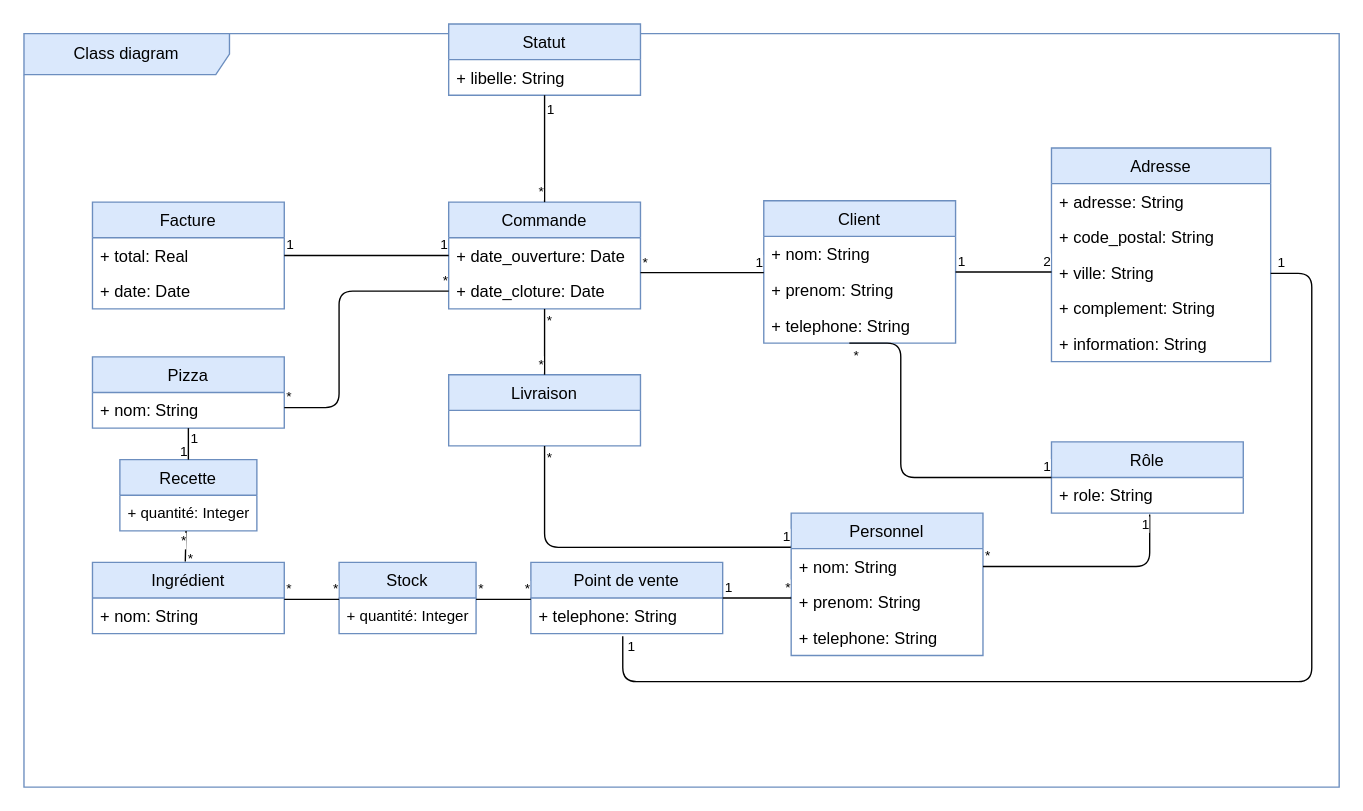
onlynks/Projet_5 keeps this draw.io diagram as Etude fonctionnelle/Class-diagram/Class_diagram.drawio. Above is the earlier version. Source tidied: cells renumbered, new cells numbered last; positions are measured from the earlier drawing's top-left corner, leaving out a move shared by most shapes. Both pictures are drawn from the tidied source at 137%, with x=0, y=0 at pixel (23, 23).
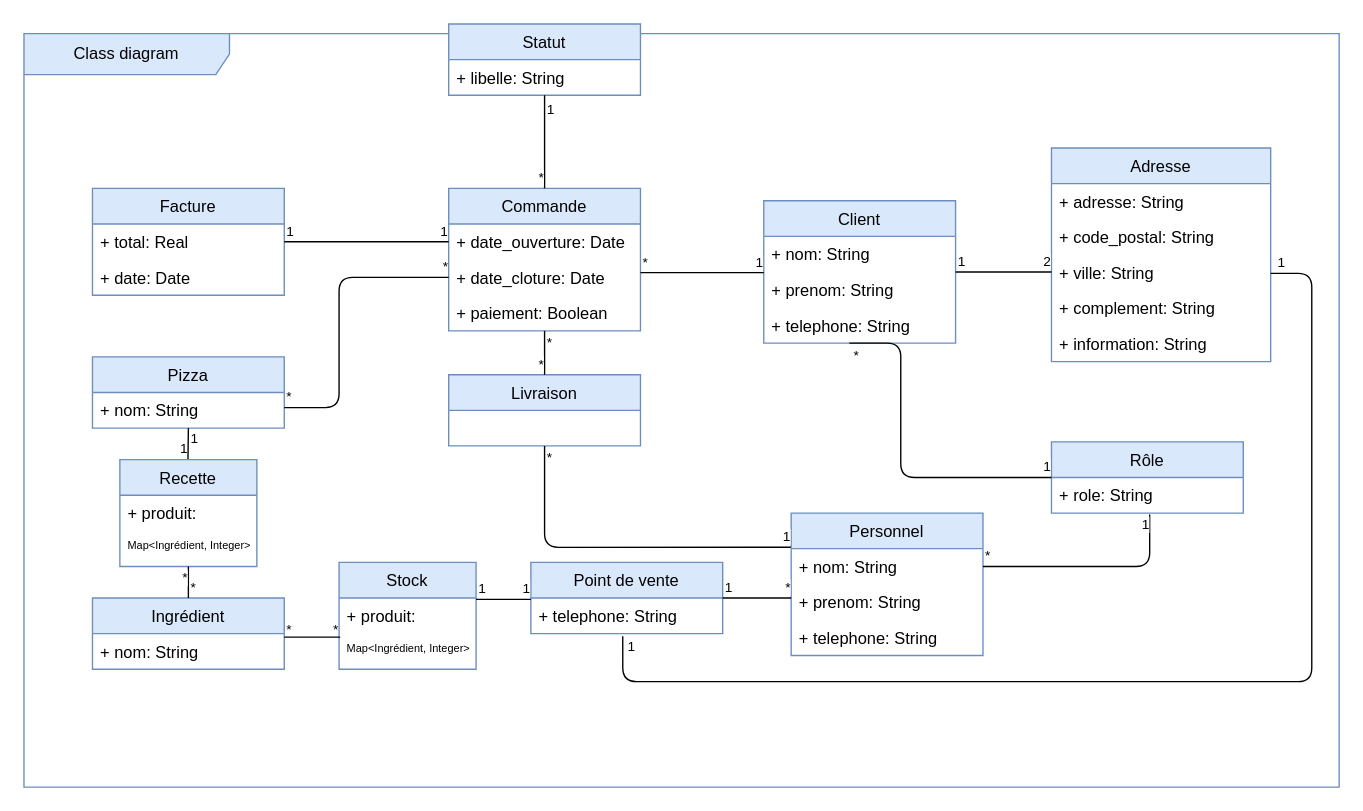
The same page after the edit.

The change refers to these unchanged cells:
```xml
<mxCell id="11" value="+ date_cloture: Date" style="text;strokeColor=none;fillColor=none;align=left;verticalAlign=top;spacingLeft=4;spacingRight=4;overflow=hidden;points=[[0,0.5],[1,0.5]];portConstraint=eastwest;" parent="9" vertex="1">
  <mxGeometry y="52" width="140" height="26" as="geometry" />
</mxCell>
<mxCell id="24" value="+ nom: String" style="text;strokeColor=none;fillColor=none;align=left;verticalAlign=top;spacingLeft=4;spacingRight=4;overflow=hidden;points=[[0,0.5],[1,0.5]];portConstraint=eastwest;" parent="23" vertex="1">
  <mxGeometry y="26" width="140" height="26" as="geometry" />
</mxCell>
<mxCell id="80" style="endArrow=none;html=1;edgeStyle=orthogonalEdgeStyle;fontSize=11;" parent="1" edge="1">
  <mxGeometry relative="1" as="geometry">
    <mxPoint x="330" y="420" as="sourcePoint" />
    <mxPoint x="370" y="420" as="targetPoint" />
  </mxGeometry>
</mxCell>
```

What changed in the source:
```diff
@@
     <mxCell id="9" value="Commande" style="swimlane;fontStyle=0;horizontal=1;startSize=26;fillColor=#dae8fc;strokeColor=#6c8ebf;" parent="1" vertex="1">
-      <mxGeometry x="310" y="130" width="140" height="78" as="geometry" />
+      <mxGeometry x="310" y="120" width="140" height="104" as="geometry" />
     </mxCell>
@@
+    <mxCell id="83" value="+ paiement: Boolean" style="text;strokeColor=none;fillColor=none;align=left;verticalAlign=top;spacingLeft=4;spacingRight=4;overflow=hidden;" parent="9" vertex="1">
+      <mxGeometry y="78" width="140" height="26" as="geometry" />
+    </mxCell>
@@
     <mxCell id="14" value="Facture" style="swimlane;fontStyle=0;horizontal=1;startSize=26;fillColor=#dae8fc;strokeColor=#6c8ebf;" parent="1" vertex="1">
-      <mxGeometry x="50" y="130" width="140" height="78" as="geometry" />
+      <mxGeometry x="50" y="120" width="140" height="78" as="geometry" />
     </mxCell>
@@
     <mxCell id="23" value="Ingrédient" style="swimlane;fontStyle=0;horizontal=1;startSize=26;fillColor=#dae8fc;strokeColor=#6c8ebf;" parent="1" vertex="1">
-      <mxGeometry x="50" y="393" width="140" height="52" as="geometry" />
+      <mxGeometry x="50" y="419" width="140" height="52" as="geometry" />
     </mxCell>
@@
     <mxCell id="58" style="endArrow=none;html=1;edgeStyle=orthogonalEdgeStyle;entryX=0;entryY=0.5;entryDx=0;entryDy=0;" parent="1" edge="1" target="11">
       <mxGeometry relative="1" as="geometry">
         <mxPoint x="190" y="280" as="sourcePoint" />
         <Array as="points">
           <mxPoint x="230" y="280" />
-          <mxPoint x="230" y="195" />
+          <mxPoint x="230" y="185" />
         </Array>
       </mxGeometry>
     </mxCell>
@@
-    <mxCell id="61" value="Recette" style="swimlane;fontStyle=0;horizontal=1;startSize=26;fillColor=#dae8fc;strokeColor=#6c8ebf;" parent="1" vertex="1">
-      <mxGeometry x="70" y="318" width="100" height="52" as="geometry" />
-    </mxCell>
-    <mxCell id="62" value="+ quantité: Integer" style="text;strokeColor=none;fillColor=none;align=left;verticalAlign=top;spacingLeft=4;spacingRight=4;overflow=hidden;points=[[0,0.5],[1,0.5]];portConstraint=eastwest;fontSize=11;" parent="61" vertex="1">
-      <mxGeometry y="26" width="100" height="26" as="geometry" />
-    </mxCell>
     <mxCell id="63" value="Stock" style="swimlane;fontStyle=0;horizontal=1;startSize=26;fillColor=#dae8fc;strokeColor=#6c8ebf;" parent="1" vertex="1">
-      <mxGeometry x="230" y="393" width="100" height="52" as="geometry" />
+      <mxGeometry x="230" y="393" width="100" height="78" as="geometry" />
     </mxCell>
-    <mxCell id="64" value="+ quantité: Integer" style="text;strokeColor=none;fillColor=none;align=left;verticalAlign=top;spacingLeft=4;spacingRight=4;overflow=hidden;fontSize=11;" parent="63" vertex="1">
+    <mxCell id="64" value="+ produit:" style="text;strokeColor=none;fillColor=none;align=left;verticalAlign=top;spacingLeft=4;spacingRight=4;overflow=hidden;fontSize=12;" parent="63" vertex="1">
       <mxGeometry y="26" width="100" height="26" as="geometry" />
     </mxCell>
+    <mxCell id="84" value="Map&lt;Ingrédient, Integer&gt;" style="text;strokeColor=none;fillColor=none;align=left;verticalAlign=top;spacingLeft=4;spacingRight=4;overflow=hidden;points=[[0,0.5],[1,0.5]];portConstraint=eastwest;fontSize=8;" parent="63" vertex="1">
+      <mxGeometry y="52" width="100" height="26" as="geometry" />
+    </mxCell>
@@
-    <mxCell id="68" style="endArrow=none;html=1;edgeStyle=orthogonalEdgeStyle;entryX=0.5;entryY=0;entryDx=0;entryDy=0;" parent="1" edge="1" target="61">
+    <mxCell id="68" style="endArrow=none;html=1;edgeStyle=orthogonalEdgeStyle;entryX=0.5;entryY=0;entryDx=0;entryDy=0;" parent="1" edge="1">
       <mxGeometry relative="1" as="geometry">
         <mxPoint x="120" y="295" as="sourcePoint" />
+        <mxPoint x="119.7" y="318.2" as="targetPoint" />
         <Array as="points">
           <mxPoint x="120" y="295" />
         </Array>
       </mxGeometry>
     </mxCell>
@@
     <mxCell id="70" value="1" style="html=1;align=right;verticalAlign=bottom;labelBackgroundColor=none;fontSize=10;" parent="68" vertex="1">
-      <mxGeometry x="1" relative="1" as="geometry">
-        <mxPoint y="2" as="offset" />
-      </mxGeometry>
+      <mxGeometry x="1" relative="1" as="geometry" />
     </mxCell>
-    <mxCell id="71" style="endArrow=none;html=1;edgeStyle=orthogonalEdgeStyle;entryX=0.483;entryY=1.004;entryDx=0;entryDy=0;entryPerimeter=0;exitX=0.484;exitY=-0.011;exitDx=0;exitDy=0;exitPerimeter=0;" parent="1" edge="1" source="23" target="62">
-      <mxGeometry relative="1" as="geometry">
-        <Array as="points">
-          <mxPoint x="118" y="390" />
-        </Array>
-      </mxGeometry>
-    </mxCell>
-    <mxCell id="72" value="*" style="html=1;align=left;verticalAlign=bottom;labelBackgroundColor=none;fontSize=10;" parent="71" vertex="1">
-      <mxGeometry x="-1" relative="1" as="geometry">
-        <mxPoint y="6" as="offset" />
-      </mxGeometry>
-    </mxCell>
-    <mxCell id="73" value="*" style="html=1;align=right;verticalAlign=bottom;labelBackgroundColor=#ffffff;fontSize=10;" parent="71" vertex="1">
-      <mxGeometry x="1" relative="1" as="geometry">
-        <mxPoint x="0.5" y="15" as="offset" />
-      </mxGeometry>
-    </mxCell>
@@
-    <mxCell id="77" style="endArrow=none;html=1;edgeStyle=orthogonalEdgeStyle;fontSize=11;" parent="1" edge="1">
-      <mxGeometry relative="1" as="geometry">
-        <mxPoint x="190" y="420" as="sourcePoint" />
-        <mxPoint x="230" y="420" as="targetPoint" />
-      </mxGeometry>
+    <mxCell id="77" style="endArrow=none;html=1;edgeStyle=orthogonalEdgeStyle;fontSize=11;exitX=1;exitY=0.098;exitDx=0;exitDy=0;entryX=0.008;entryY=0.098;entryDx=0;entryDy=0;entryPerimeter=0;exitPerimeter=0;" parent="1" edge="1" source="24" target="84">
+      <mxGeometry relative="1" as="geometry" />
     </mxCell>
-    <mxCell id="78" value="*" style="html=1;align=left;verticalAlign=bottom;labelBackgroundColor=#ffffff;fontSize=10;" parent="77" vertex="1">
-      <mxGeometry x="-1" relative="1" as="geometry" />
+    <mxCell id="78" value="*" style="html=1;align=left;verticalAlign=bottom;labelBackgroundColor=none;fontSize=10;" parent="77" vertex="1">
+      <mxGeometry x="-1" relative="1" as="geometry">
+        <mxPoint y="2.5" as="offset" />
+      </mxGeometry>
     </mxCell>
-    <mxCell id="79" value="*" style="html=1;align=right;verticalAlign=bottom;labelBackgroundColor=#ffffff;fontSize=10;" parent="77" vertex="1">
-      <mxGeometry x="1" relative="1" as="geometry" />
+    <mxCell id="79" value="*" style="html=1;align=right;verticalAlign=bottom;labelBackgroundColor=none;fontSize=10;" parent="77" vertex="1">
+      <mxGeometry x="1" relative="1" as="geometry">
+        <mxPoint x="-1" y="2.5" as="offset" />
+      </mxGeometry>
     </mxCell>
@@
-    <mxCell id="81" value="*" style="html=1;align=left;verticalAlign=bottom;labelBackgroundColor=#ffffff;fontSize=10;" parent="80" vertex="1">
+    <mxCell id="81" value="1" style="html=1;align=left;verticalAlign=bottom;labelBackgroundColor=#ffffff;fontSize=10;" parent="80" vertex="1">
       <mxGeometry x="-1" relative="1" as="geometry" />
     </mxCell>
-    <mxCell id="82" value="*" style="html=1;align=right;verticalAlign=bottom;labelBackgroundColor=#ffffff;fontSize=10;" parent="80" vertex="1">
+    <mxCell id="82" value="1" style="html=1;align=right;verticalAlign=bottom;labelBackgroundColor=#ffffff;fontSize=10;" parent="80" vertex="1">
       <mxGeometry x="1" relative="1" as="geometry" />
     </mxCell>
+    <mxCell id="61" value="Recette" style="swimlane;fontStyle=0;horizontal=1;startSize=26;fillColor=#dae8fc;strokeColor=#6c8ebf;" parent="1" vertex="1">
+      <mxGeometry x="70" y="318" width="100" height="78" as="geometry" />
+    </mxCell>
+    <mxCell id="85" value="+ produit:" style="text;strokeColor=none;fillColor=none;align=left;verticalAlign=top;spacingLeft=4;spacingRight=4;overflow=hidden;fontSize=12;" parent="61" vertex="1">
+      <mxGeometry y="26" width="100" height="26" as="geometry" />
+    </mxCell>
+    <mxCell id="86" value="Map&lt;Ingrédient, Integer&gt;" style="text;strokeColor=none;fillColor=none;align=left;verticalAlign=top;spacingLeft=4;spacingRight=4;overflow=hidden;fontSize=8;" parent="61" vertex="1">
+      <mxGeometry y="52" width="100" height="26" as="geometry" />
+    </mxCell>
+    <mxCell id="87" style="endArrow=none;html=1;edgeStyle=orthogonalEdgeStyle;fontSize=10;entryX=0.5;entryY=1;entryDx=0;entryDy=0;exitX=0.5;exitY=0;exitDx=0;exitDy=0;" parent="1" edge="1" source="23" target="61">
+      <mxGeometry relative="1" as="geometry" />
+    </mxCell>
+    <mxCell id="72" value="*" style="html=1;align=left;verticalAlign=bottom;labelBackgroundColor=#ffffff;fontSize=10;" parent="87" vertex="1">
+      <mxGeometry x="-1" relative="1" as="geometry" />
+    </mxCell>
+    <mxCell id="73" value="*" style="html=1;align=right;verticalAlign=bottom;labelBackgroundColor=#ffffff;fontSize=10;" parent="87" vertex="1">
+      <mxGeometry x="1" relative="1" as="geometry">
+        <mxPoint y="16" as="offset" />
+      </mxGeometry>
+    </mxCell>
```
